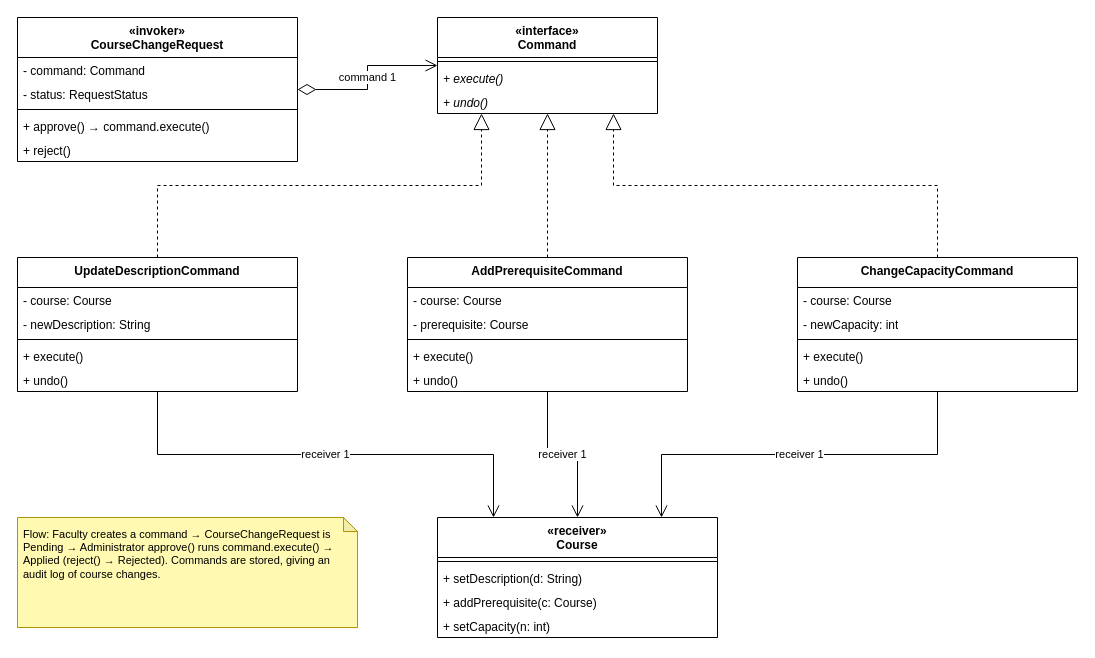
Earlier version of the draw.io diagram page "Command A — Instructure Course-Change Requests" (1 of 2) of Diagrams/Class_diagrams_design_patterns/04-command.drawio (Tharusha-dev/soft_architect_redda). Source tidied: cells renumbered, new cells numbered last; positions are measured from the earlier drawing's top-left corner, leaving out a move shared by most shapes. Both pictures are drawn from the tidied source at 100%, with x=0, y=0 at pixel (17, 17).
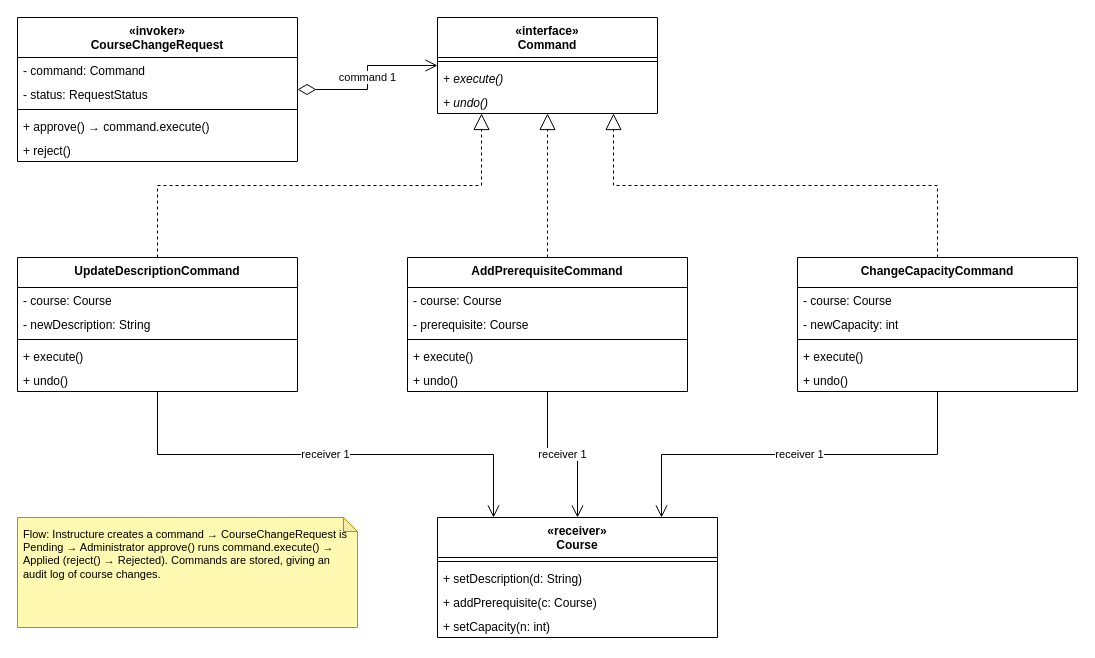
Above is the later version.

Diff of the diagram source:
```diff
@@
-    <mxCell id="35" value="Flow: Faculty creates a command → CourseChangeRequest is Pending → Administrator approve() runs command.execute() → Applied (reject() → Rejected). Commands are stored, giving an audit log of course changes." style="shape=note;whiteSpace=wrap;html=1;backgroundOutline=1;darkOpacity=0.05;fillColor=#FFF9B2;strokeColor=#B09500;size=14;align=left;verticalAlign=top;spacing=6;fontSize=11;" parent="1" vertex="1">
+    <mxCell id="35" value="Flow: Instructure creates a command → CourseChangeRequest is Pending → Administrator approve() runs command.execute() → Applied (reject() → Rejected). Commands are stored, giving an audit log of course changes." style="shape=note;whiteSpace=wrap;html=1;backgroundOutline=1;darkOpacity=0.05;fillColor=#FFF9B2;strokeColor=#B09500;size=14;align=left;verticalAlign=top;spacing=6;fontSize=11;" parent="1" vertex="1">
       <mxGeometry y="500" width="340" height="110" as="geometry" />
     </mxCell>
```
